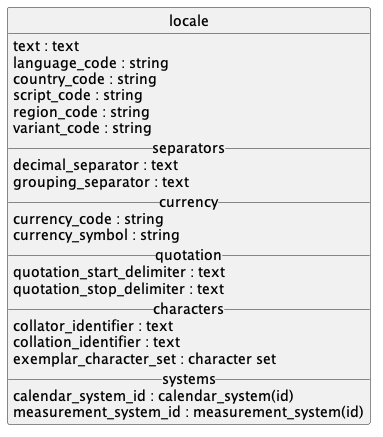
contactopensource/contactopensource keeps this PlantUML diagram as doc/concepts/locale/uml.png. Above is the earlier version.
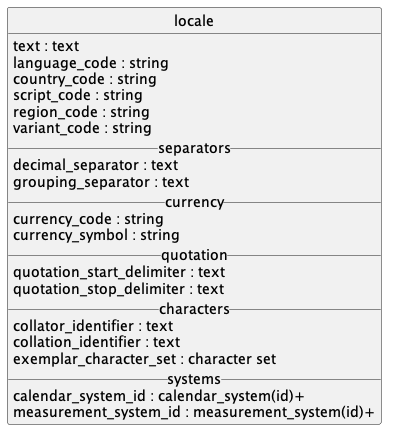
The same file after the commit.

Change to the diagram source:
```diff
@@ -24,8 +24,8 @@
   collation_identifier : text
   exemplar_character_set : character set
   __systems__
-  calendar_system_id : calendar_system(id)
-  measurement_system_id : measurement_system(id)
+  calendar_system_id : calendar_system(id)+
+  measurement_system_id : measurement_system(id)+
 }
 
 @enduml
```
